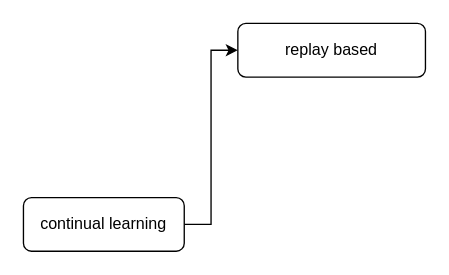
The draw.io diagram continual learning/Untitled Diagram.drawio in Newsteinwell/Drawio, before the edit. Source tidied: cells renumbered, new cells numbered last; positions are measured from the earlier drawing's top-left corner, leaving out a move shared by most shapes. Both pictures are drawn from the tidied source at 134%, with x=0, y=0 at pixel (23, 23).
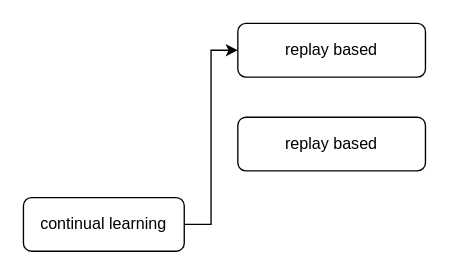
Above is the later version.

Commit message:
continual learning Diagram.drawio

What changed in the source:
```diff
@@
 <mxGraphModel>
   <root>
     <mxCell id="0" />
     <mxCell id="1" parent="0" />
     <mxCell id="2" style="edgeStyle=orthogonalEdgeStyle;rounded=0;jettySize=auto;html=1;entryX=0;entryY=0.5;entryDx=0;entryDy=0;" parent="1" edge="1" source="3" target="4">
       <mxGeometry relative="1" as="geometry" />
     </mxCell>
     <mxCell id="3" value="continual learning" style="rounded=1;whiteSpace=wrap;html=1;" parent="1" vertex="1">
       <mxGeometry y="130" width="120" height="40" as="geometry" />
     </mxCell>
     <mxCell id="4" value="replay based" style="rounded=1;whiteSpace=wrap;html=1;" parent="1" vertex="1">
       <mxGeometry x="160" width="140" height="40" as="geometry" />
     </mxCell>
+    <mxCell id="5" value="replay based" style="rounded=1;whiteSpace=wrap;html=1;" parent="1" vertex="1">
+      <mxGeometry x="160" y="70" width="140" height="40" as="geometry" />
+    </mxCell>
   </root>
 </mxGraphModel>
```
